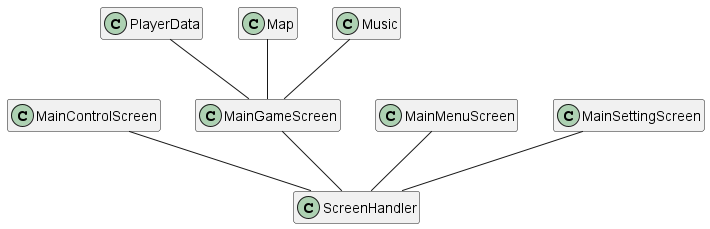
The PlantUML diagram Images/class_initial.png in eng1team28/eng1team28.github.io, before a commit.
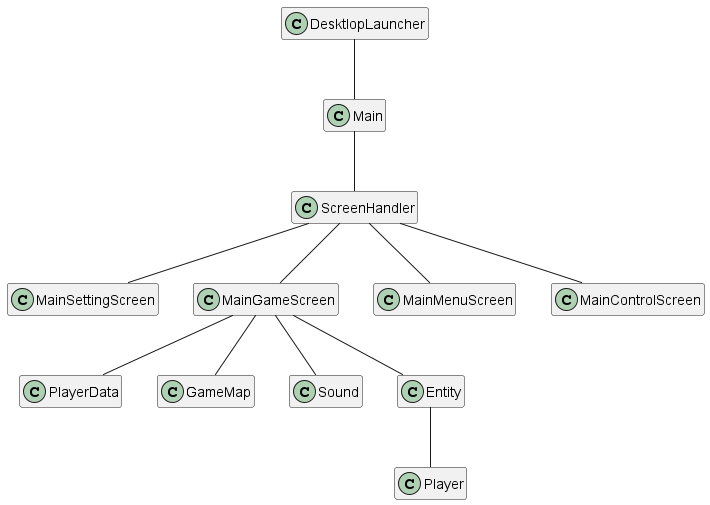
The same file after the commit.

What changed in the source:
```diff
@@ -1,27 +1,14 @@
 @startuml
 hide empty members
-
-class ScreenHandler{
-}
-class MainControlScreen{
-}
-class MainGameScreen{
-}
-class MainMenuScreen{
-}
-class MainSettingScreen{
-}
-class PlayerData{
-
-}
-class Map
-class Music
-
-MainSettingScreen -- ScreenHandler
-MainGameScreen -- ScreenHandler
-MainMenuScreen -- ScreenHandler
-MainControlScreen -- ScreenHandler
-PlayerData -- MainGameScreen
-Map -- MainGameScreen
-Music -- MainGameScreen
+DesktlopLauncher -- Main
+Main -- ScreenHandler
+ScreenHandler -- MainSettingScreen
+ScreenHandler -- MainGameScreen
+ScreenHandler -- MainMenuScreen
+ScreenHandler -- MainControlScreen
+MainGameScreen -- PlayerData
+MainGameScreen -- GameMap
+MainGameScreen -- Sound
+MainGameScreen -- Entity
+Entity -- Player
 @enduml
```
